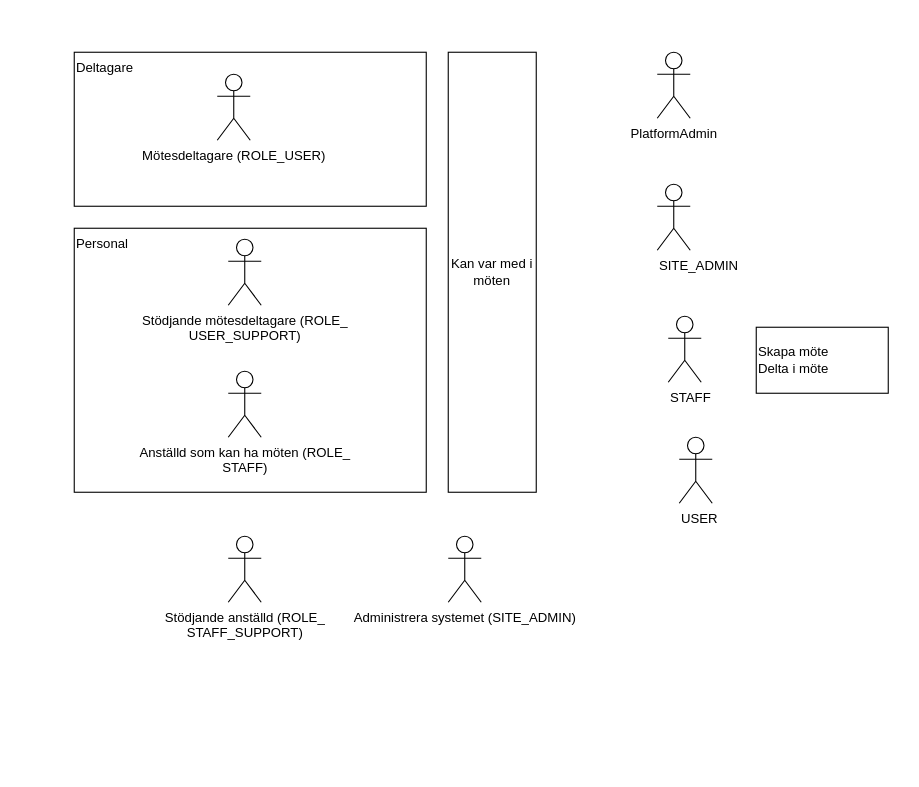
npettersson/sandbox keeps this draw.io diagram as Untitled Diagram.drawio. Above is the earlier version. Source tidied: cells renumbered, new cells numbered last; positions are measured from the earlier drawing's top-left corner, leaving out a move shared by most shapes. Both pictures are drawn from the tidied source at 110%, with x=0, y=0 at pixel (74, 52).
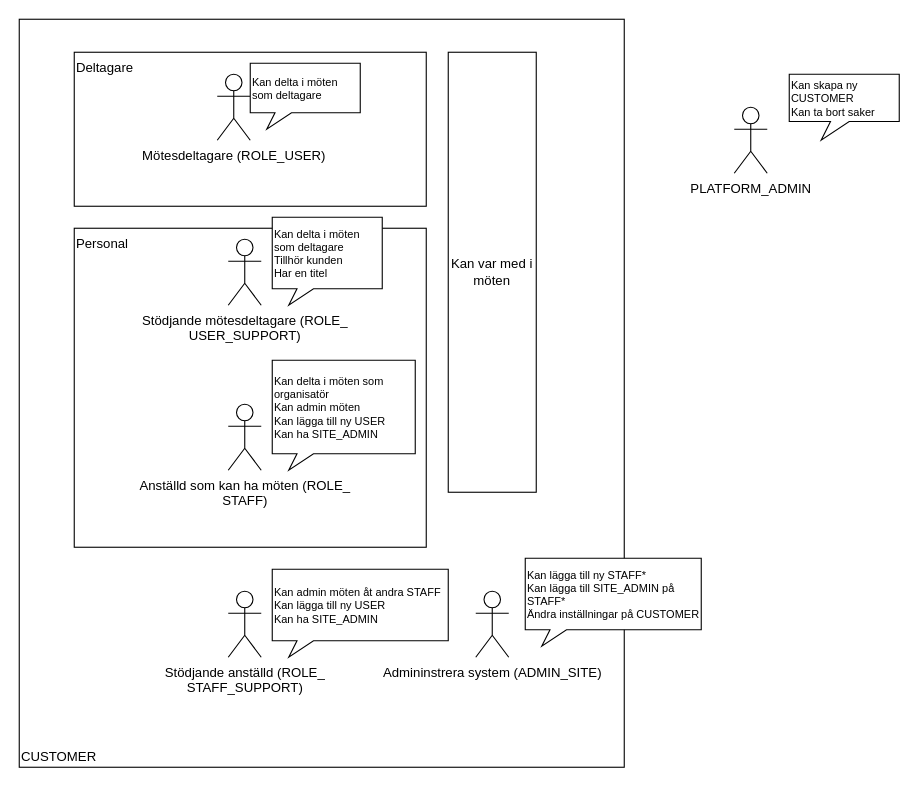
The same page after the edit.

What changed in the source:
```diff
@@
 <mxGraphModel>
   <root>
     <mxCell id="0" />
     <mxCell id="1" parent="0" />
+    <mxCell id="15" value="CUSTOMER" style="rounded=0;whiteSpace=wrap;html=1;align=left;verticalAlign=bottom;" parent="1" vertex="1">
+      <mxGeometry x="-50" y="-30" width="550" height="680" as="geometry" />
+    </mxCell>
     <mxCell id="2" value="Personal" style="rounded=0;whiteSpace=wrap;html=1;align=left;verticalAlign=top;" parent="1" vertex="1">
-      <mxGeometry y="160" width="320" height="240" as="geometry" />
+      <mxGeometry y="160" width="320" height="290" as="geometry" />
     </mxCell>
     <mxCell id="3" value="Deltagare" style="rounded=0;whiteSpace=wrap;html=1;align=left;verticalAlign=top;" parent="1" vertex="1">
       <mxGeometry width="320" height="140" as="geometry" />
     </mxCell>
     <mxCell id="4" value="Mötesdeltagare (ROLE_USER)" style="shape=umlActor;verticalLabelPosition=bottom;verticalAlign=top;html=1;" parent="1" vertex="1">
       <mxGeometry x="130" y="20" width="30" height="60" as="geometry" />
     </mxCell>
     <mxCell id="5" value="Stödjande mötesdeltagare (ROLE_&lt;br&gt;USER_SUPPORT)" style="shape=umlActor;verticalLabelPosition=bottom;verticalAlign=top;html=1;" parent="1" vertex="1">
       <mxGeometry x="140" y="170" width="30" height="60" as="geometry" />
     </mxCell>
     <mxCell id="6" value="Anställd som kan ha möten (ROLE_&lt;br&gt;STAFF)" style="shape=umlActor;verticalLabelPosition=bottom;verticalAlign=top;html=1;" parent="1" vertex="1">
-      <mxGeometry x="140" y="290" width="30" height="60" as="geometry" />
+      <mxGeometry x="140" y="320" width="30" height="60" as="geometry" />
     </mxCell>
-    <mxCell id="7" value="Administrera systemet (SITE_ADMIN)" style="shape=umlActor;verticalLabelPosition=bottom;verticalAlign=top;html=1;" parent="1" vertex="1">
-      <mxGeometry x="340" y="440" width="30" height="60" as="geometry" />
-    </mxCell>
-    <mxCell id="8" value="PlatformAdmin" style="shape=umlActor;verticalLabelPosition=bottom;verticalAlign=top;html=1;" parent="1" vertex="1">
-      <mxGeometry x="530" width="30" height="60" as="geometry" />
-    </mxCell>
     <mxCell id="9" value="Stödjande anställd (ROLE_&lt;br&gt;STAFF_SUPPORT)" style="shape=umlActor;verticalLabelPosition=bottom;verticalAlign=top;html=1;" parent="1" vertex="1">
-      <mxGeometry x="140" y="440" width="30" height="60" as="geometry" />
+      <mxGeometry x="140" y="490" width="30" height="60" as="geometry" />
     </mxCell>
     <mxCell id="10" value="Kan var med i möten" style="rounded=0;whiteSpace=wrap;html=1;" parent="1" vertex="1">
       <mxGeometry x="340" width="80" height="400" as="geometry" />
     </mxCell>
-    <mxCell id="11" value="STAFF" style="shape=umlActor;verticalLabelPosition=bottom;verticalAlign=top;html=1;align=left;" parent="1" vertex="1">
-      <mxGeometry x="540" y="240" width="30" height="60" as="geometry" />
-    </mxCell>
-    <mxCell id="12" value="USER" style="shape=umlActor;verticalLabelPosition=bottom;verticalAlign=top;html=1;align=left;" parent="1" vertex="1">
-      <mxGeometry x="550" y="350" width="30" height="60" as="geometry" />
-    </mxCell>
-    <mxCell id="13" value="SITE_ADMIN" style="shape=umlActor;verticalLabelPosition=bottom;verticalAlign=top;html=1;align=left;" parent="1" vertex="1">
-      <mxGeometry x="530" y="120" width="30" height="60" as="geometry" />
-    </mxCell>
-    <mxCell id="14" value="Skapa möte&lt;br&gt;Delta i möte" style="rounded=0;whiteSpace=wrap;html=1;align=left;" parent="1" vertex="1">
-      <mxGeometry x="620" y="250" width="120" height="60" as="geometry" />
-    </mxCell>
+    <mxCell id="16" value="PLATFORM_ADMIN" style="shape=umlActor;verticalLabelPosition=bottom;verticalAlign=top;html=1;align=center;" parent="1" vertex="1">
+      <mxGeometry x="600" y="50" width="30" height="60" as="geometry" />
+    </mxCell>
+    <mxCell id="17" value="Admininstrera system (ADMIN_SITE)" style="shape=umlActor;verticalLabelPosition=bottom;verticalAlign=top;html=1;" parent="1" vertex="1">
+      <mxGeometry x="365" y="490" width="30" height="60" as="geometry" />
+    </mxCell>
+    <mxCell id="18" value="Kan delta i möten som deltagare" style="whiteSpace=wrap;html=1;shape=mxgraph.basic.rectCallout;dx=30;dy=15;boundedLbl=1;align=left;fontSize=10;" parent="1" vertex="1">
+      <mxGeometry x="160" y="10" width="100" height="60" as="geometry" />
+    </mxCell>
+    <mxCell id="19" value="&lt;span&gt;Kan delta i möten som deltagare&lt;/span&gt;&lt;br&gt;&lt;span&gt;Tillhör kunden&lt;/span&gt;&lt;br&gt;&lt;span&gt;Har en titel&lt;/span&gt;" style="whiteSpace=wrap;html=1;shape=mxgraph.basic.rectCallout;dx=30;dy=15;boundedLbl=1;align=left;fontSize=10;" parent="1" vertex="1">
+      <mxGeometry x="180" y="150" width="100" height="80" as="geometry" />
+    </mxCell>
+    <mxCell id="20" value="&lt;span&gt;Kan delta i möten som organisatör&lt;/span&gt;&lt;br&gt;Kan admin möten&lt;br&gt;Kan lägga till ny USER&lt;br&gt;Kan ha SITE_ADMIN" style="whiteSpace=wrap;html=1;shape=mxgraph.basic.rectCallout;dx=30;dy=15;boundedLbl=1;align=left;fontSize=10;" parent="1" vertex="1">
+      <mxGeometry x="180" y="280" width="130" height="100" as="geometry" />
+    </mxCell>
+    <mxCell id="21" value="Kan admin möten åt andra STAFF&lt;br&gt;Kan lägga till ny USER&lt;br&gt;Kan ha SITE_ADMIN" style="whiteSpace=wrap;html=1;shape=mxgraph.basic.rectCallout;dx=30;dy=15;boundedLbl=1;align=left;fontSize=10;" parent="1" vertex="1">
+      <mxGeometry x="180" y="470" width="160" height="80" as="geometry" />
+    </mxCell>
+    <mxCell id="22" value="Kan lägga till ny STAFF*&lt;br&gt;Kan lägga till SITE_ADMIN på STAFF*&lt;br&gt;Ändra inställningar på CUSTOMER" style="whiteSpace=wrap;html=1;shape=mxgraph.basic.rectCallout;dx=30;dy=15;boundedLbl=1;align=left;fontSize=10;" parent="1" vertex="1">
+      <mxGeometry x="410" y="460" width="160" height="80" as="geometry" />
+    </mxCell>
+    <mxCell id="23" value="Kan skapa ny CUSTOMER&lt;br&gt;Kan ta bort saker" style="whiteSpace=wrap;html=1;shape=mxgraph.basic.rectCallout;dx=46;dy=17;boundedLbl=1;fontSize=10;align=left;" parent="1" vertex="1">
+      <mxGeometry x="650" y="20" width="100" height="60" as="geometry" />
+    </mxCell>
   </root>
 </mxGraphModel>
```
